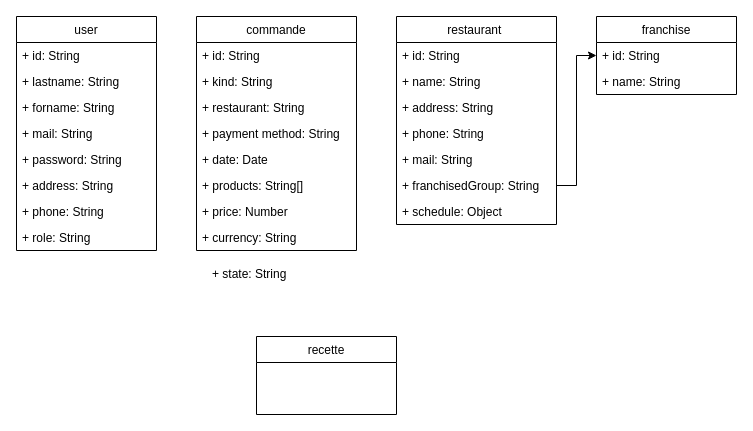
Before: good_food_2.0/Database model/Untitled Diagram.drawio.xml in obaconnais/good_food_2.0, a draw.io diagram. Source tidied: cells renumbered, new cells numbered last; positions are measured from the earlier drawing's top-left corner, leaving out a move shared by most shapes. Both pictures are drawn from the tidied source at 100%, with x=0, y=0 at pixel (16, 16).
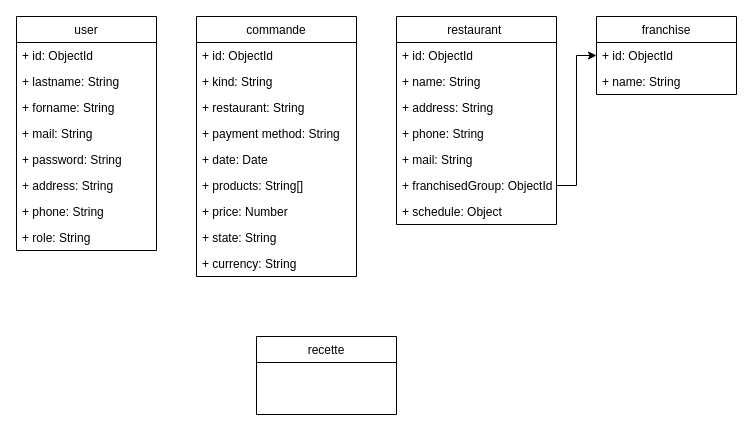
After the change.

Commit message:
Update: Database model

Unchanged cells that the change refers to:
```xml
<mxCell id="2" value="user" style="swimlane;fontStyle=0;horizontal=1;startSize=26;fillColor=none;" parent="1" vertex="1">
  <mxGeometry width="140" height="234" as="geometry" />
</mxCell>
<mxCell id="11" value="restaurant " style="swimlane;fontStyle=0;horizontal=1;startSize=26;fillColor=none;" parent="1" vertex="1">
  <mxGeometry x="380" width="160" height="208" as="geometry" />
</mxCell>
<mxCell id="19" value="franchise" style="swimlane;fontStyle=0;horizontal=1;startSize=26;fillColor=none;" parent="1" vertex="1">
  <mxGeometry x="580" width="140" height="78" as="geometry" />
</mxCell>
```

Diff of the diagram source:
```diff
@@
-    <mxCell id="3" value="+ id: String" style="text;strokeColor=none;fillColor=none;align=left;verticalAlign=top;spacingLeft=4;spacingRight=4;overflow=hidden;" parent="2" vertex="1">
+    <mxCell id="3" value="+ id: ObjectId" style="text;strokeColor=none;fillColor=none;align=left;verticalAlign=top;spacingLeft=4;spacingRight=4;overflow=hidden;" parent="2" vertex="1">
       <mxGeometry y="26" width="140" height="26" as="geometry" />
     </mxCell>
@@
-    <mxCell id="12" value="+ id: String" style="text;strokeColor=none;fillColor=none;align=left;verticalAlign=top;spacingLeft=4;spacingRight=4;overflow=hidden;" parent="11" vertex="1">
+    <mxCell id="12" value="+ id: ObjectId" style="text;strokeColor=none;fillColor=none;align=left;verticalAlign=top;spacingLeft=4;spacingRight=4;overflow=hidden;" parent="11" vertex="1">
       <mxGeometry y="26" width="160" height="26" as="geometry" />
     </mxCell>
@@
-    <mxCell id="17" value="+ franchisedGroup: String" style="text;strokeColor=none;fillColor=none;align=left;verticalAlign=top;spacingLeft=4;spacingRight=4;overflow=hidden;points=[[0,0.5],[1,0.5]];portConstraint=eastwest;" parent="11" vertex="1">
+    <mxCell id="17" value="+ franchisedGroup: ObjectId" style="text;strokeColor=none;fillColor=none;align=left;verticalAlign=top;spacingLeft=4;spacingRight=4;overflow=hidden;points=[[0,0.5],[1,0.5]];portConstraint=eastwest;" parent="11" vertex="1">
       <mxGeometry y="156" width="160" height="26" as="geometry" />
     </mxCell>
@@
-    <mxCell id="20" value="+ id: String" style="text;strokeColor=none;fillColor=none;align=left;verticalAlign=top;spacingLeft=4;spacingRight=4;overflow=hidden;points=[[0,0.5],[1,0.5]];portConstraint=eastwest;" parent="19" vertex="1">
+    <mxCell id="20" value="+ id: ObjectId" style="text;strokeColor=none;fillColor=none;align=left;verticalAlign=top;spacingLeft=4;spacingRight=4;overflow=hidden;points=[[0,0.5],[1,0.5]];portConstraint=eastwest;" parent="19" vertex="1">
       <mxGeometry y="26" width="140" height="26" as="geometry" />
     </mxCell>
@@
     <mxCell id="22" value="commande" style="swimlane;fontStyle=0;horizontal=1;startSize=26;fillColor=none;" parent="1" vertex="1">
-      <mxGeometry x="180" width="160" height="234" as="geometry" />
+      <mxGeometry x="180" width="160" height="260" as="geometry" />
     </mxCell>
-    <mxCell id="23" value="+ id: String" style="text;strokeColor=none;fillColor=none;align=left;verticalAlign=top;spacingLeft=4;spacingRight=4;overflow=hidden;" parent="22" vertex="1">
+    <mxCell id="23" value="+ id: ObjectId" style="text;strokeColor=none;fillColor=none;align=left;verticalAlign=top;spacingLeft=4;spacingRight=4;overflow=hidden;" parent="22" vertex="1">
       <mxGeometry y="26" width="160" height="26" as="geometry" />
     </mxCell>
@@
+    <mxCell id="33" value="+ state: String" style="text;strokeColor=none;fillColor=none;align=left;verticalAlign=top;spacingLeft=4;spacingRight=4;overflow=hidden;" parent="22" vertex="1">
+      <mxGeometry y="208" width="160" height="26" as="geometry" />
+    </mxCell>
     <mxCell id="30" value="+ currency: String" style="text;strokeColor=none;fillColor=none;align=left;verticalAlign=top;spacingLeft=4;spacingRight=4;overflow=hidden;" parent="22" vertex="1">
-      <mxGeometry y="208" width="160" height="26" as="geometry" />
+      <mxGeometry y="234" width="160" height="26" as="geometry" />
     </mxCell>
@@
-    <mxCell id="33" value="+ state: String" style="text;strokeColor=none;fillColor=none;align=left;verticalAlign=top;spacingLeft=4;spacingRight=4;overflow=hidden;" parent="1" vertex="1">
-      <mxGeometry x="190" y="244" width="160" height="26" as="geometry" />
-    </mxCell>
```
